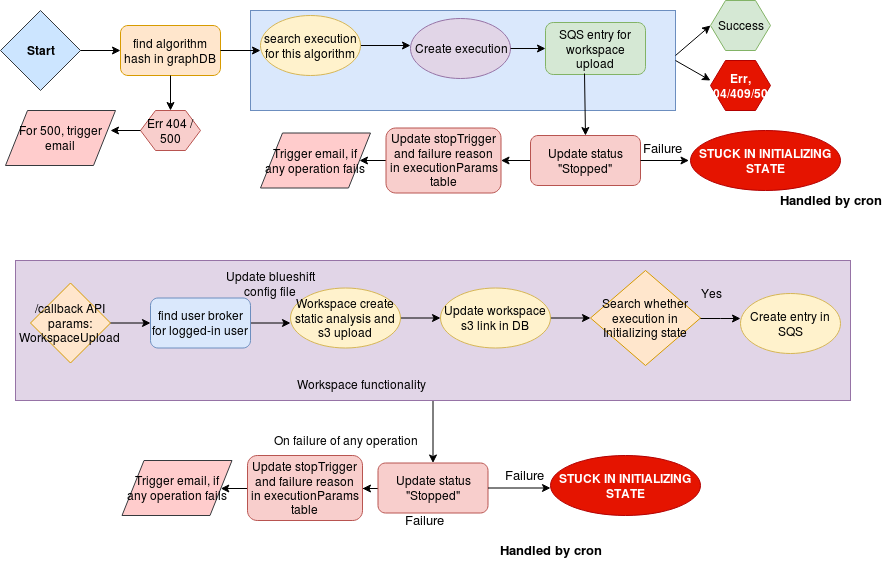
Above: start_from_UI.png in prodipta/blueshift-resouce (draw.io), before the change. Source tidied: cells renumbered, new cells last; positions are measured from the earlier drawing's top-left corner, leaving out a move shared by most shapes.
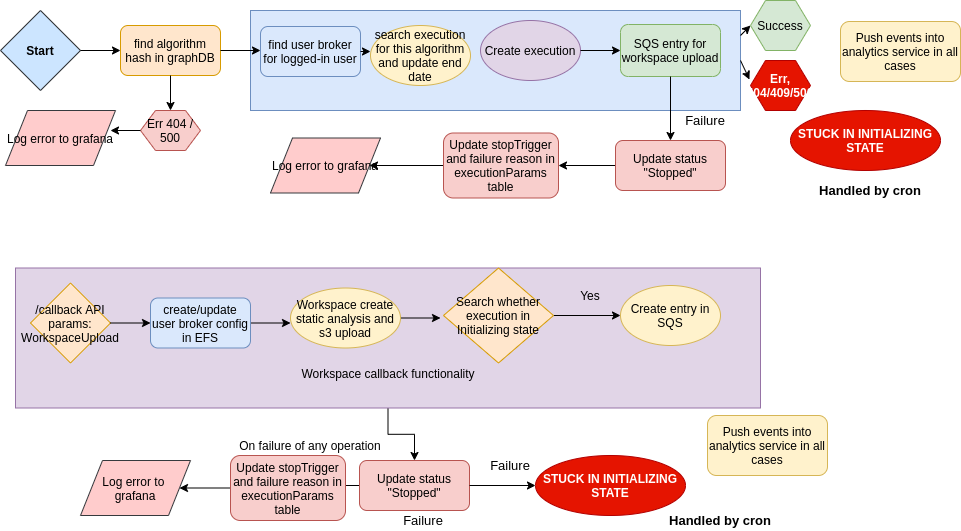
After the commit.

What changed in the source:
```diff
@@ -6,10 +6,10 @@
       <mxGeometry relative="1" as="geometry" />
     </mxCell>
     <mxCell id="3" style="rounded=0;whiteSpace=wrap;html=1;fillColor=#e1d5e7;strokeColor=#9673a6;" parent="1" vertex="1">
-      <mxGeometry x="15" y="260" width="835" height="140" as="geometry" />
+      <mxGeometry x="15" y="267.5" width="745" height="140" as="geometry" />
     </mxCell>
     <mxCell id="4" style="rounded=0;whiteSpace=wrap;html=1;fillColor=#dae8fc;strokeColor=#6c8ebf;" parent="1" vertex="1">
-      <mxGeometry x="250" y="10" width="425" height="100" as="geometry" />
+      <mxGeometry x="250" y="10" width="490" height="100" as="geometry" />
     </mxCell>
     <mxCell id="5" value="&lt;b&gt;Start&lt;/b&gt;" style="rhombus;whiteSpace=wrap;html=1;fillColor=#cce5ff;strokeColor=#36393d;" parent="1" vertex="1">
       <mxGeometry y="10" width="80" height="80" as="geometry" />
@@ -27,16 +27,11 @@
         <mxPoint x="260" y="50" as="targetPoint" />
       </mxGeometry>
     </mxCell>
-    <mxCell id="9" style="edgeStyle=orthogonalEdgeStyle;rounded=0;jettySize=auto;html=1;" parent="1" edge="1" source="10">
-      <mxGeometry relative="1" as="geometry">
-        <mxPoint x="410" y="45" as="targetPoint" />
-      </mxGeometry>
-    </mxCell>
-    <mxCell id="10" value="search execution for this algorithm" style="ellipse;whiteSpace=wrap;html=1;fillColor=#fff2cc;strokeColor=#d6b656;" parent="1" vertex="1">
-      <mxGeometry x="260" y="15" width="100" height="60" as="geometry" />
+    <mxCell id="10" value="search execution for this algorithm and update end date" style="ellipse;whiteSpace=wrap;html=1;fillColor=#fff2cc;strokeColor=#d6b656;" parent="1" vertex="1">
+      <mxGeometry x="370" y="25" width="100" height="60" as="geometry" />
     </mxCell>
     <mxCell id="11" value="Create execution" style="ellipse;whiteSpace=wrap;html=1;fillColor=#e1d5e7;strokeColor=#9673a6;" parent="1" vertex="1">
-      <mxGeometry x="410" y="18" width="100" height="60" as="geometry" />
+      <mxGeometry x="480" y="20" width="100" height="60" as="geometry" />
     </mxCell>
     <mxCell id="12" value="&lt;div&gt;/callback API&lt;/div&gt;&lt;div&gt;params: WorkspaceUpload&lt;br&gt;&lt;/div&gt;" style="rhombus;whiteSpace=wrap;html=1;fillColor=#ffe6cc;strokeColor=#d79b00;" parent="1" vertex="1">
       <mxGeometry x="30" y="282.5" width="80" height="80" as="geometry" />
@@ -51,7 +46,7 @@
         <mxPoint x="290" y="322.5" as="targetPoint" />
       </mxGeometry>
     </mxCell>
-    <mxCell id="15" value="find user broker for logged-in user" style="rounded=1;whiteSpace=wrap;html=1;fillColor=#dae8fc;strokeColor=#6c8ebf;" parent="1" vertex="1">
+    <mxCell id="15" value="create/update user broker config in EFS" style="rounded=1;whiteSpace=wrap;html=1;fillColor=#dae8fc;strokeColor=#6c8ebf;" parent="1" vertex="1">
       <mxGeometry x="150" y="297.5" width="100" height="50" as="geometry" />
     </mxCell>
     <mxCell id="16" style="edgeStyle=orthogonalEdgeStyle;rounded=0;jettySize=auto;html=1;" parent="1" edge="1" source="17">
@@ -62,22 +57,14 @@
     <mxCell id="17" value="Workspace create static analysis and s3 upload" style="ellipse;whiteSpace=wrap;html=1;fillColor=#fff2cc;strokeColor=#d6b656;" parent="1" vertex="1">
       <mxGeometry x="290" y="287.5" width="110" height="60" as="geometry" />
     </mxCell>
-    <mxCell id="18" style="edgeStyle=orthogonalEdgeStyle;rounded=0;jettySize=auto;html=1;" parent="1" edge="1" source="19" target="21">
-      <mxGeometry relative="1" as="geometry" />
-    </mxCell>
-    <mxCell id="19" value="Update workspace s3 link in DB" style="ellipse;whiteSpace=wrap;html=1;fillColor=#fff2cc;strokeColor=#d6b656;" parent="1" vertex="1">
-      <mxGeometry x="440" y="287.5" width="110" height="60" as="geometry" />
-    </mxCell>
-    <mxCell id="20" style="edgeStyle=orthogonalEdgeStyle;rounded=0;jettySize=auto;html=1;" parent="1" edge="1" source="21">
-      <mxGeometry relative="1" as="geometry">
-        <mxPoint x="740" y="318" as="targetPoint" />
-      </mxGeometry>
+    <mxCell id="20" style="edgeStyle=orthogonalEdgeStyle;rounded=0;jettySize=auto;html=1;entryX=0;entryY=0.5;entryDx=0;entryDy=0;" parent="1" edge="1" source="21" target="30">
+      <mxGeometry relative="1" as="geometry" />
     </mxCell>
     <mxCell id="21" value="Search whether execution in Initializing state" style="rhombus;whiteSpace=wrap;html=1;fillColor=#ffe6cc;strokeColor=#d79b00;" parent="1" vertex="1">
-      <mxGeometry x="590" y="270" width="110" height="95" as="geometry" />
+      <mxGeometry x="443" y="267.5" width="110" height="95" as="geometry" />
     </mxCell>
-    <mxCell id="22" value="Workspace functionality" style="text;html=1;strokeColor=none;fillColor=none;align=center;verticalAlign=middle;whiteSpace=wrap;rounded=0;" parent="1" vertex="1">
-      <mxGeometry x="270" y="374" width="180" height="20" as="geometry" />
+    <mxCell id="22" value="Workspace callback functionality" style="text;html=1;strokeColor=none;fillColor=none;align=center;verticalAlign=middle;whiteSpace=wrap;rounded=0;" parent="1" vertex="1">
+      <mxGeometry x="297.5" y="362.5" width="180" height="20" as="geometry" />
     </mxCell>
     <mxCell id="23" style="endArrow=classic;html=1;exitX=0.5;exitY=1;exitDx=0;exitDy=0;" parent="1" edge="1" source="7">
       <mxGeometry relative="1" as="geometry">
@@ -88,27 +75,24 @@
       <mxGeometry x="140" y="110" width="60" height="40" as="geometry" />
     </mxCell>
     <mxCell id="25" value="SQS entry for workspace upload" style="rounded=1;whiteSpace=wrap;html=1;fillColor=#d5e8d4;strokeColor=#82b366;" parent="1" vertex="1">
-      <mxGeometry x="545" y="22" width="100" height="52" as="geometry" />
+      <mxGeometry x="620" y="24" width="100" height="52" as="geometry" />
     </mxCell>
     <mxCell id="26" style="endArrow=classic;html=1;exitX=0;exitY=0.5;exitDx=0;exitDy=0;" parent="1" edge="1" source="24">
       <mxGeometry relative="1" as="geometry">
         <mxPoint x="110" y="130" as="targetPoint" />
       </mxGeometry>
     </mxCell>
-    <mxCell id="27" value="For 500, trigger email" style="shape=parallelogram;perimeter=parallelogramPerimeter;whiteSpace=wrap;html=1;fillColor=#ffcccc;strokeColor=#36393d;" parent="1" vertex="1">
+    <mxCell id="27" value="Log error to grafana" style="shape=parallelogram;perimeter=parallelogramPerimeter;whiteSpace=wrap;html=1;fillColor=#ffcccc;strokeColor=#36393d;" parent="1" vertex="1">
       <mxGeometry x="5" y="110" width="110" height="55" as="geometry" />
     </mxCell>
     <mxCell id="28" value="On failure of any operation" style="text;html=1;strokeColor=none;fillColor=none;align=center;verticalAlign=middle;whiteSpace=wrap;rounded=0;" parent="1" vertex="1">
-      <mxGeometry x="270" y="430" width="150" height="20" as="geometry" />
+      <mxGeometry x="235" y="435" width="150" height="20" as="geometry" />
     </mxCell>
-    <mxCell id="29" value="Update blueshift config file" style="text;html=1;strokeColor=none;fillColor=none;align=center;verticalAlign=middle;whiteSpace=wrap;rounded=0;" parent="1" vertex="1">
-      <mxGeometry x="220" y="273" width="100" height="20" as="geometry" />
-    </mxCell>
     <mxCell id="30" value="Create entry in SQS" style="ellipse;whiteSpace=wrap;html=1;fillColor=#fff2cc;strokeColor=#d6b656;" parent="1" vertex="1">
-      <mxGeometry x="740" y="293" width="100" height="60" as="geometry" />
+      <mxGeometry x="620" y="285" width="100" height="60" as="geometry" />
     </mxCell>
     <mxCell id="31" value="Yes" style="text;html=1;strokeColor=none;fillColor=none;align=center;verticalAlign=middle;whiteSpace=wrap;rounded=0;" parent="1" vertex="1">
-      <mxGeometry x="690" y="283" width="40" height="20" as="geometry" />
+      <mxGeometry x="570" y="285" width="40" height="20" as="geometry" />
     </mxCell>
     <mxCell id="32" style="endArrow=none;html=1;entryX=1;entryY=0.5;entryDx=0;entryDy=0;" parent="1" edge="1">
       <mxGeometry relative="1" as="geometry">
@@ -117,10 +101,10 @@
       </mxGeometry>
     </mxCell>
     <mxCell id="33" value="STUCK IN INITIALIZING STATE" style="ellipse;whiteSpace=wrap;html=1;fontStyle=1;fillColor=#e51400;strokeColor=#B20000;fontColor=#ffffff;" parent="1" vertex="1">
-      <mxGeometry x="550" y="455" width="150" height="60" as="geometry" />
+      <mxGeometry x="535" y="455" width="150" height="60" as="geometry" />
     </mxCell>
     <mxCell id="34" value="Handled by cron" style="text;html=1;strokeColor=none;fillColor=none;align=center;verticalAlign=middle;whiteSpace=wrap;rounded=0;fontStyle=1;fontSize=13;" parent="1" vertex="1">
-      <mxGeometry x="490" y="540" width="120" height="20" as="geometry" />
+      <mxGeometry x="660" y="510" width="120" height="20" as="geometry" />
     </mxCell>
     <mxCell id="35" value="Failure" style="text;html=1;strokeColor=none;fillColor=none;align=center;verticalAlign=middle;whiteSpace=wrap;rounded=0;fontSize=13;" parent="1" vertex="1">
       <mxGeometry x="403" y="510" width="40" height="20" as="geometry" />
@@ -128,76 +112,79 @@
     <mxCell id="36" style="endArrow=classic;html=1;exitX=1;exitY=0.5;exitDx=0;exitDy=0;entryX=0;entryY=0.5;entryDx=0;entryDy=0;" parent="1" edge="1" source="11" target="25">
       <mxGeometry relative="1" as="geometry" />
     </mxCell>
-    <mxCell id="37" style="endArrow=classic;html=1;entryX=0.5;entryY=0;entryDx=0;entryDy=0;exitX=0.39;exitY=0.981;exitDx=0;exitDy=0;exitPerimeter=0;" parent="1" edge="1" source="25" target="39">
+    <mxCell id="37" style="endArrow=classic;html=1;entryX=0.5;entryY=0;entryDx=0;entryDy=0;exitX=0.5;exitY=1;exitDx=0;exitDy=0;" parent="1" edge="1" source="25" target="39">
       <mxGeometry relative="1" as="geometry" />
     </mxCell>
     <mxCell id="38" style="edgeStyle=orthogonalEdgeStyle;rounded=0;jettySize=auto;html=1;" parent="1" edge="1" source="39" target="41">
       <mxGeometry relative="1" as="geometry" />
     </mxCell>
     <mxCell id="39" value="&lt;div&gt;Update status &quot;Stopped&quot;&lt;/div&gt;" style="rounded=1;whiteSpace=wrap;html=1;fillColor=#f8cecc;strokeColor=#b85450;" parent="1" vertex="1">
-      <mxGeometry x="530" y="135" width="110" height="50" as="geometry" />
+      <mxGeometry x="615" y="140" width="110" height="50" as="geometry" />
     </mxCell>
     <mxCell id="40" style="edgeStyle=orthogonalEdgeStyle;rounded=0;jettySize=auto;html=1;" parent="1" edge="1" source="41" target="50">
       <mxGeometry relative="1" as="geometry" />
     </mxCell>
     <mxCell id="41" value="Update stopTrigger and failure reason in executionParams table" style="rounded=1;whiteSpace=wrap;html=1;fillColor=#f8cecc;strokeColor=#b85450;" parent="1" vertex="1">
-      <mxGeometry x="385.5" y="127.5" width="115" height="65" as="geometry" />
+      <mxGeometry x="443" y="132.5" width="115" height="65" as="geometry" />
     </mxCell>
-    <mxCell id="42" style="endArrow=classic;html=1;exitX=1;exitY=0.5;exitDx=0;exitDy=0;" parent="1" edge="1" source="39">
-      <mxGeometry relative="1" as="geometry">
-        <mxPoint x="688.5" y="160" as="targetPoint" />
-      </mxGeometry>
-    </mxCell>
     <mxCell id="43" value="STUCK IN INITIALIZING STATE" style="ellipse;whiteSpace=wrap;html=1;fontStyle=1;fillColor=#e51400;strokeColor=#B20000;fontColor=#ffffff;" parent="1" vertex="1">
-      <mxGeometry x="690" y="130" width="150" height="60" as="geometry" />
+      <mxGeometry x="790" y="110" width="150" height="60" as="geometry" />
     </mxCell>
     <mxCell id="44" value="Handled by cron" style="text;html=1;strokeColor=none;fillColor=none;align=center;verticalAlign=middle;whiteSpace=wrap;rounded=0;fontStyle=1;fontSize=13;" parent="1" vertex="1">
-      <mxGeometry x="770" y="190" width="120" height="20" as="geometry" />
+      <mxGeometry x="810" y="180" width="120" height="20" as="geometry" />
     </mxCell>
     <mxCell id="45" value="Failure" style="text;html=1;strokeColor=none;fillColor=none;align=center;verticalAlign=middle;whiteSpace=wrap;rounded=0;fontSize=13;" parent="1" vertex="1">
-      <mxGeometry x="641.5" y="137.5" width="40" height="20" as="geometry" />
+      <mxGeometry x="685" y="110" width="40" height="20" as="geometry" />
     </mxCell>
-    <mxCell id="46" style="endArrow=classic;html=1;exitX=1;exitY=0.5;exitDx=0;exitDy=0;entryX=0;entryY=0.5;entryDx=0;entryDy=0;" parent="1" edge="1" target="47">
-      <mxGeometry relative="1" as="geometry">
-        <mxPoint x="675" y="55" as="sourcePoint" />
-      </mxGeometry>
+    <mxCell id="46" style="endArrow=classic;html=1;exitX=1;exitY=0.25;exitDx=0;exitDy=0;entryX=0;entryY=0.5;entryDx=0;entryDy=0;" parent="1" edge="1" source="4" target="47">
+      <mxGeometry relative="1" as="geometry" />
     </mxCell>
     <mxCell id="47" value="Success" style="shape=hexagon;perimeter=hexagonPerimeter2;whiteSpace=wrap;html=1;fillColor=#d5e8d4;strokeColor=#82b366;" parent="1" vertex="1">
-      <mxGeometry x="710" width="60" height="50" as="geometry" />
+      <mxGeometry x="750" width="60" height="50" as="geometry" />
     </mxCell>
-    <mxCell id="48" style="endArrow=classic;html=1;exitX=1;exitY=0.5;exitDx=0;exitDy=0;" parent="1" edge="1" source="4">
-      <mxGeometry relative="1" as="geometry">
-        <mxPoint x="710" y="80" as="targetPoint" />
-      </mxGeometry>
+    <mxCell id="48" style="endArrow=classic;html=1;exitX=1;exitY=0.5;exitDx=0;exitDy=0;entryX=-0.017;entryY=0.38;entryDx=0;entryDy=0;entryPerimeter=0;" parent="1" edge="1" source="4" target="49">
+      <mxGeometry relative="1" as="geometry" />
     </mxCell>
     <mxCell id="49" value="Err, 404/409/500" style="shape=hexagon;perimeter=hexagonPerimeter2;whiteSpace=wrap;html=1;fillColor=#e51400;strokeColor=#B20000;fontColor=#ffffff;fontStyle=1;" parent="1" vertex="1">
-      <mxGeometry x="710" y="60" width="60" height="50" as="geometry" />
+      <mxGeometry x="750" y="60" width="60" height="50" as="geometry" />
     </mxCell>
-    <mxCell id="50" value="Trigger email, if any operation fails" style="shape=parallelogram;perimeter=parallelogramPerimeter;whiteSpace=wrap;html=1;fillColor=#ffcccc;strokeColor=#36393d;" parent="1" vertex="1">
-      <mxGeometry x="260" y="132.5" width="110" height="55" as="geometry" />
+    <mxCell id="50" value="Log error to grafana" style="shape=parallelogram;perimeter=parallelogramPerimeter;whiteSpace=wrap;html=1;fillColor=#ffcccc;strokeColor=#36393d;" parent="1" vertex="1">
+      <mxGeometry x="270" y="137.5" width="110" height="55" as="geometry" />
     </mxCell>
     <mxCell id="51" style="edgeStyle=orthogonalEdgeStyle;rounded=0;jettySize=auto;html=1;" parent="1" edge="1" source="52" target="54">
       <mxGeometry relative="1" as="geometry" />
     </mxCell>
     <mxCell id="52" value="&lt;div&gt;Update status &quot;Stopped&quot;&lt;/div&gt;" style="rounded=1;whiteSpace=wrap;html=1;fillColor=#f8cecc;strokeColor=#b85450;" parent="1" vertex="1">
-      <mxGeometry x="377.5" y="462.5" width="110" height="50" as="geometry" />
+      <mxGeometry x="359" y="460" width="110" height="50" as="geometry" />
     </mxCell>
     <mxCell id="53" style="edgeStyle=orthogonalEdgeStyle;rounded=0;jettySize=auto;html=1;" parent="1" edge="1" source="54" target="57">
       <mxGeometry relative="1" as="geometry" />
     </mxCell>
     <mxCell id="54" value="Update stopTrigger and failure reason in executionParams table" style="rounded=1;whiteSpace=wrap;html=1;fillColor=#f8cecc;strokeColor=#b85450;" parent="1" vertex="1">
-      <mxGeometry x="247" y="455" width="115" height="65" as="geometry" />
+      <mxGeometry x="230" y="455" width="115" height="65" as="geometry" />
     </mxCell>
-    <mxCell id="55" style="endArrow=classic;html=1;exitX=1;exitY=0.5;exitDx=0;exitDy=0;" parent="1" edge="1" source="52">
-      <mxGeometry relative="1" as="geometry">
-        <mxPoint x="550" y="487.5" as="targetPoint" />
-      </mxGeometry>
+    <mxCell id="55" style="endArrow=classic;html=1;exitX=1;exitY=0.5;exitDx=0;exitDy=0;" parent="1" edge="1" source="52" target="33">
+      <mxGeometry relative="1" as="geometry" />
     </mxCell>
     <mxCell id="56" value="Failure" style="text;html=1;strokeColor=none;fillColor=none;align=center;verticalAlign=middle;whiteSpace=wrap;rounded=0;fontSize=13;" parent="1" vertex="1">
-      <mxGeometry x="503" y="465" width="40" height="20" as="geometry" />
+      <mxGeometry x="490" y="455" width="40" height="20" as="geometry" />
     </mxCell>
-    <mxCell id="57" value="Trigger email, if any operation fails" style="shape=parallelogram;perimeter=parallelogramPerimeter;whiteSpace=wrap;html=1;fillColor=#ffcccc;strokeColor=#36393d;" parent="1" vertex="1">
-      <mxGeometry x="121.5" y="460" width="110" height="55" as="geometry" />
+    <mxCell id="57" value="Log error to &lt;br&gt;grafana" style="shape=parallelogram;perimeter=parallelogramPerimeter;whiteSpace=wrap;html=1;fillColor=#ffcccc;strokeColor=#36393d;" parent="1" vertex="1">
+      <mxGeometry x="80" y="460" width="110" height="55" as="geometry" />
     </mxCell>
+    <mxCell id="58" value="find user broker for logged-in user" style="rounded=1;whiteSpace=wrap;html=1;fillColor=#dae8fc;strokeColor=#6c8ebf;" parent="1" vertex="1">
+      <mxGeometry x="260" y="26" width="100" height="50" as="geometry" />
+    </mxCell>
+    <mxCell id="59" style="endArrow=classic;html=1;rounded=0;exitX=1;exitY=0.5;exitDx=0;exitDy=0;" parent="1" edge="1" source="58">
+      <mxGeometry relative="1" as="geometry">
+        <mxPoint x="370" y="51" as="targetPoint" />
+      </mxGeometry>
+    </mxCell>
+    <mxCell id="60" value="Push events into analytics service in all cases" style="rounded=1;whiteSpace=wrap;html=1;fillColor=#fff2cc;strokeColor=#d6b656;" parent="1" vertex="1">
+      <mxGeometry x="840" y="21" width="120" height="60" as="geometry" />
+    </mxCell>
+    <mxCell id="61" value="Push events into analytics service in all cases" style="rounded=1;whiteSpace=wrap;html=1;fillColor=#fff2cc;strokeColor=#d6b656;" parent="1" vertex="1">
+      <mxGeometry x="707" y="415" width="120" height="60" as="geometry" />
+    </mxCell>
   </root>
 </mxGraphModel>
```
